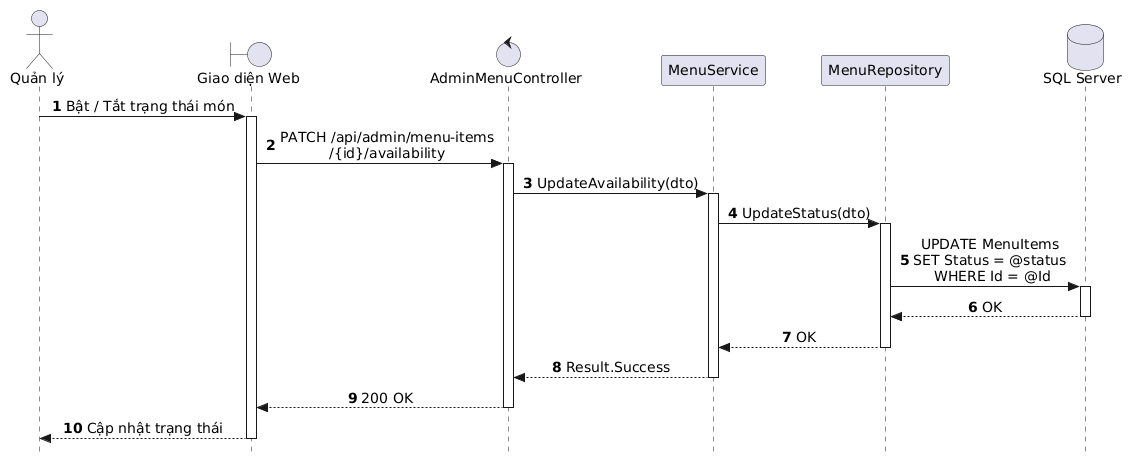
This is out/docs/puml/sequences/SD_UC_A1_3_Toggle_Availability/SD_UC_A1_3_Toggle_Availability.png from AndrewQng/VinDining, a PlantUML export, as it was before one commit.
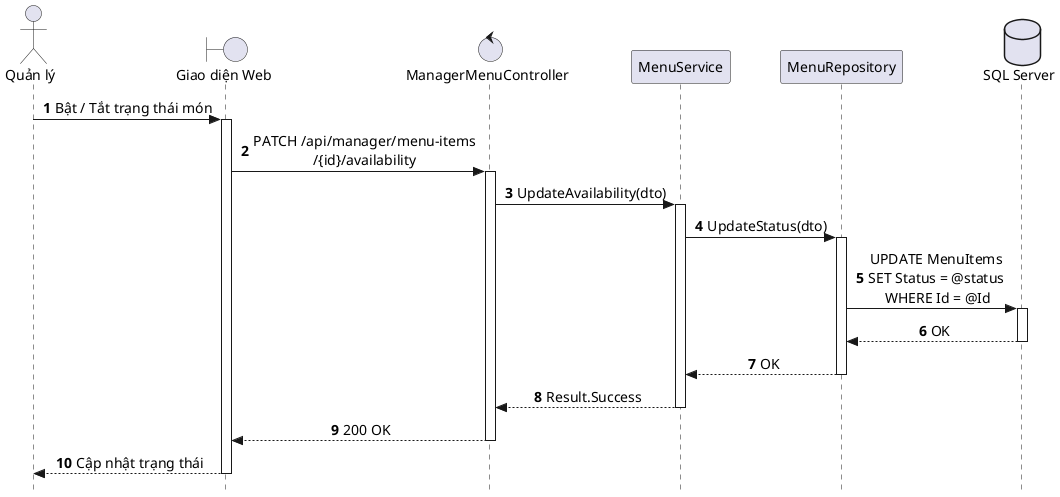
Later version of the same file.

Diff of the diagram source:
```diff
@@ -1,4 +1,4 @@
-@startuml
+@startuml SD_UC_A1_3_Toggle_Availability
 autonumber
 skinparam style strictuml
 skinparam sequenceMessageAlign center
@@ -8,7 +8,7 @@
 
 actor "Quản lý" as Manager
 boundary "Giao diện Web" as UI
-control "AdminMenuController" as Controller
+control "ManagerMenuController" as Controller
 participant "MenuService" as Service
 participant "MenuRepository" as Repo
 database "SQL Server" as DB
@@ -16,7 +16,7 @@
 Manager -> UI: Bật / Tắt trạng thái món
 activate UI
 
-UI -> Controller: PATCH /api/admin/menu-items\n/{id}/availability
+UI -> Controller: PATCH /api/manager/menu-items\n/{id}/availability
 activate Controller
 
 Controller -> Service: UpdateAvailability(dto)
@@ -41,4 +41,5 @@
 
 UI --> Manager: Cập nhật trạng thái
 deactivate UI
+
 @enduml
```
